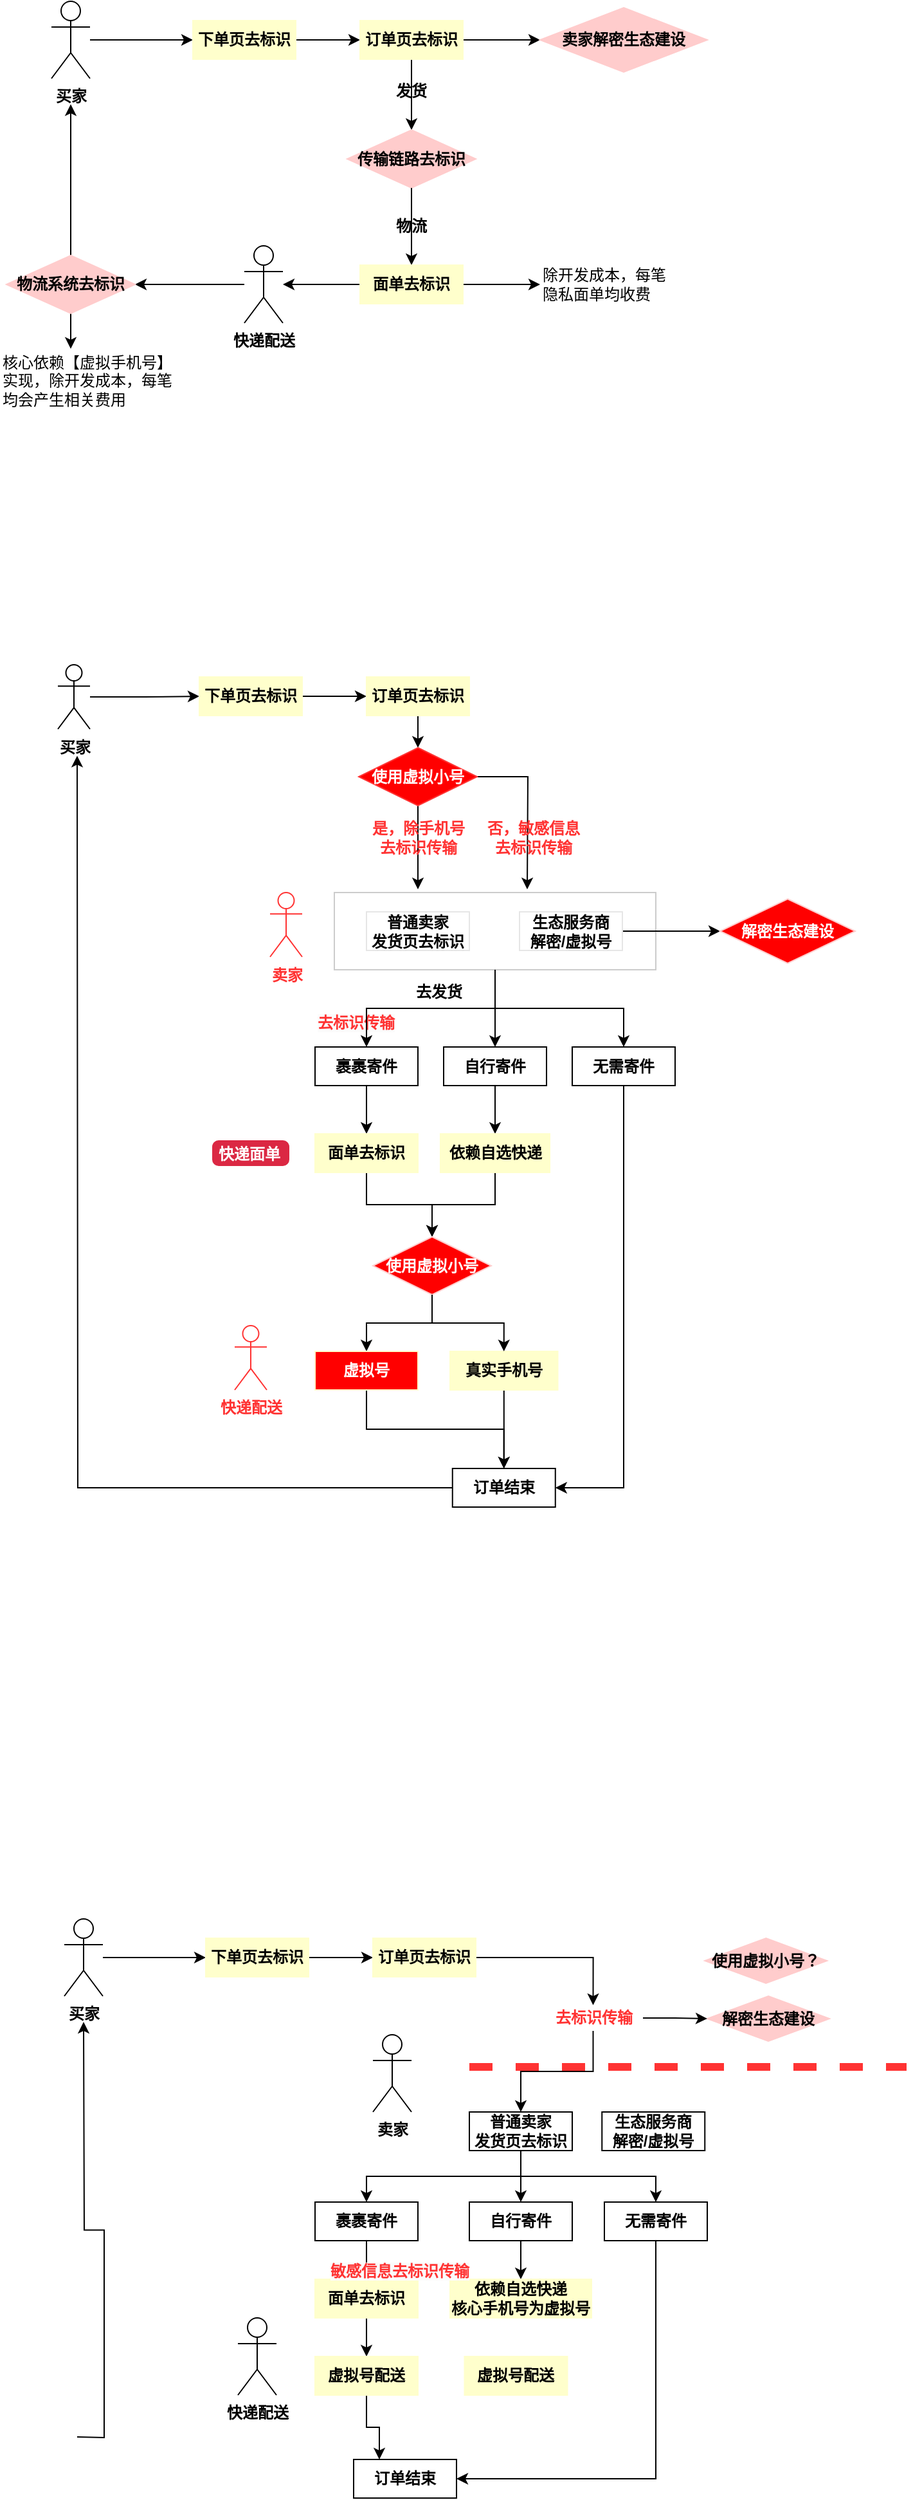
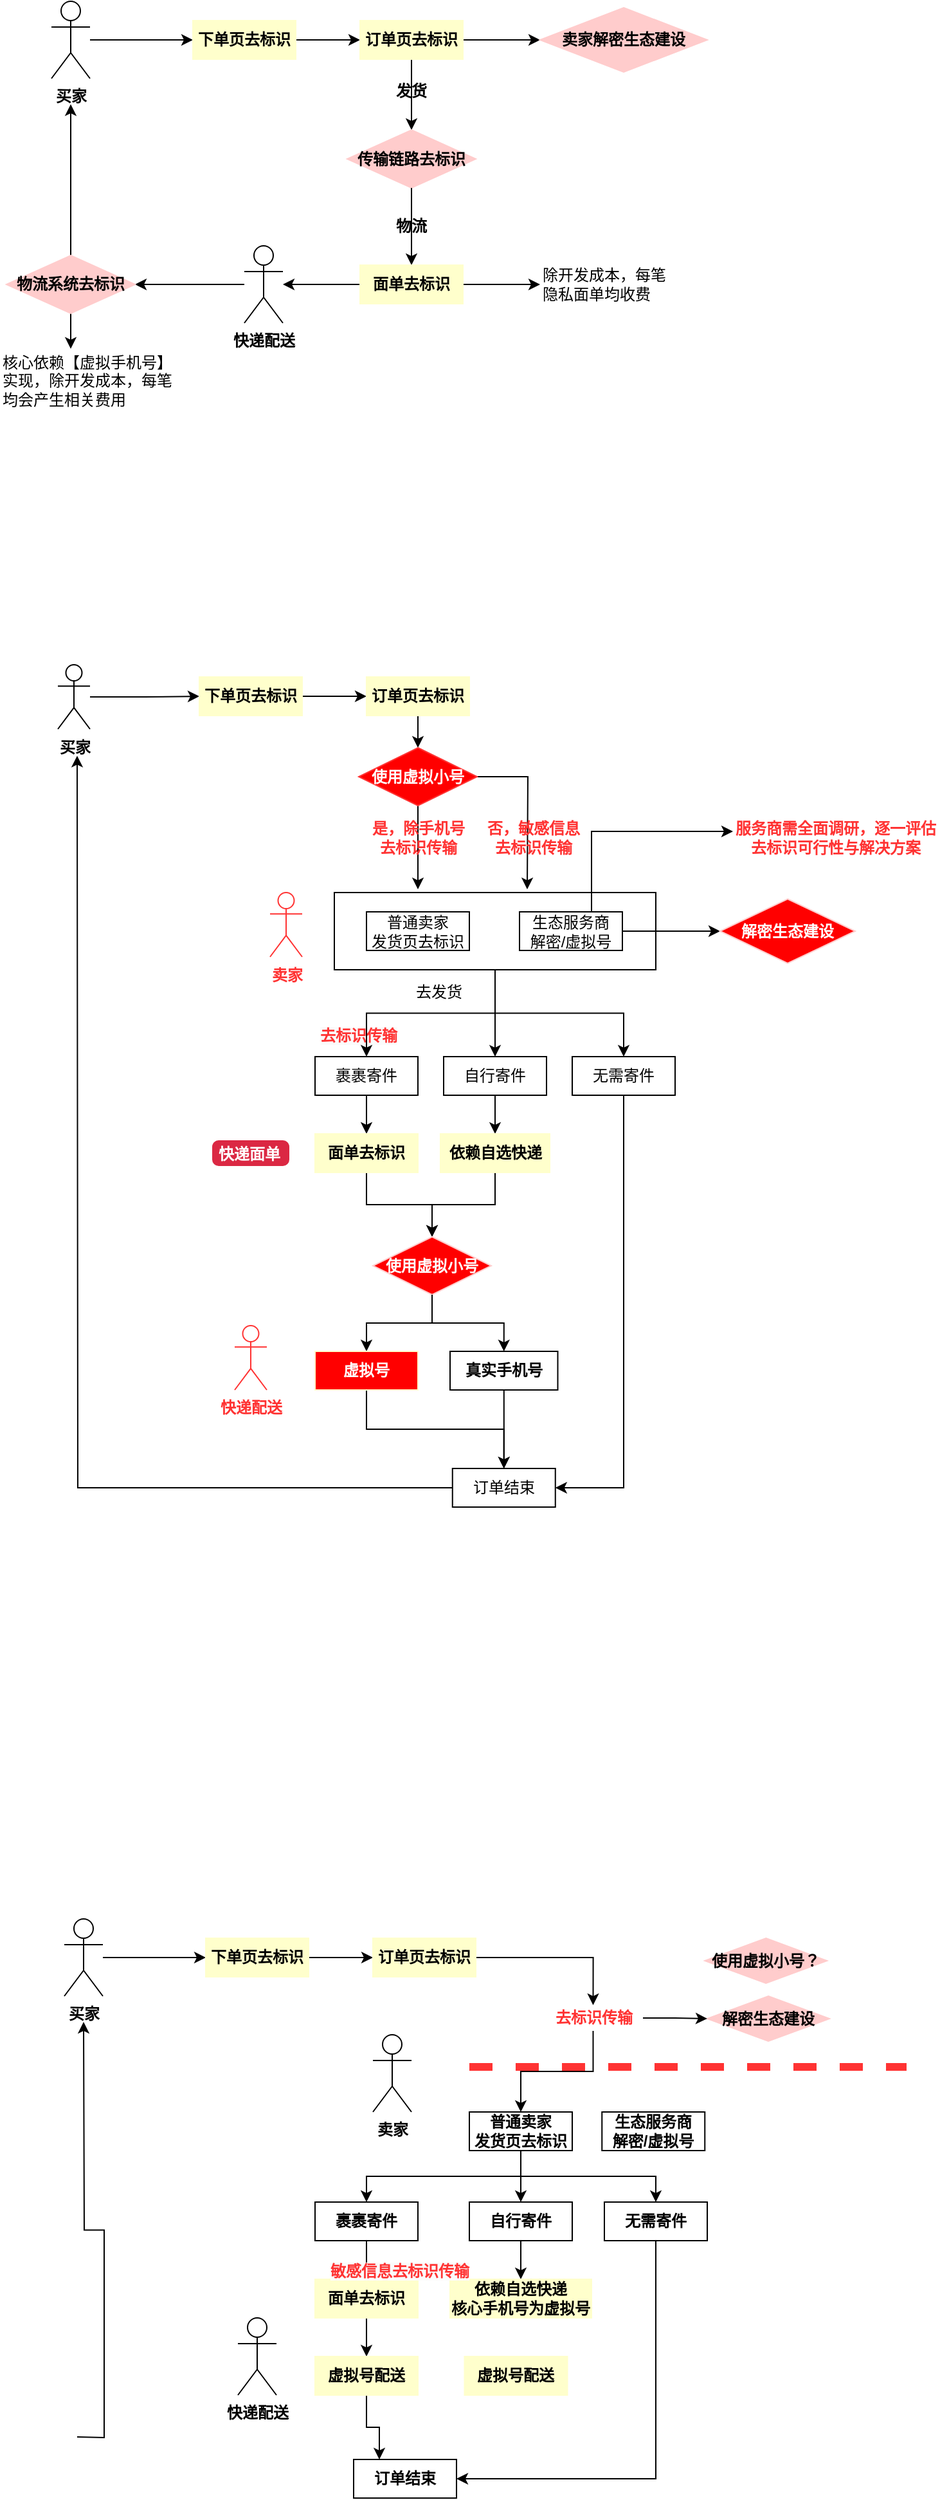
- <mxfile host="app.diagrams.net" modified="2023-04-21T10:15:27.043Z" agent="Mozilla/5.0 (Windows NT 10.0; Win64; x64) AppleWebKit/537.36 (KHTML, like Gecko) Chrome/111.0.0.0 Safari/537.36" etag="ewW8HpdH4KiQk_J7aAaC" version="21.1.9" type="github">
+ <mxfile host="app.diagrams.net" modified="2023-04-21T11:15:40.461Z" agent="Mozilla/5.0 (Windows NT 10.0; Win64; x64) AppleWebKit/537.36 (KHTML, like Gecko) Chrome/111.0.0.0 Safari/537.36" etag="QFnE9M7NH_zGZadv02hb" version="21.1.9" type="github">
  <diagram name="第 1 页" id="aanUVPx4WIzEpLqVYhF_">
    <mxGraphModel dx="1591" dy="689" grid="1" gridSize="10" guides="1" tooltips="1" connect="1" arrows="1" fold="1" page="1" pageScale="1" pageWidth="827" pageHeight="1169" math="0" shadow="0">
      <root>
        <mxCell id="0" />
        <mxCell id="1" parent="0" />
-         <mxCell id="WPPz5tLrH9mSIzY0fz3E-235" value="" style="rounded=0;whiteSpace=wrap;html=1;strokeColor=#CCCCCC;" vertex="1" parent="1">
+         <mxCell id="WPPz5tLrH9mSIzY0fz3E-235" value="" style="rounded=0;whiteSpace=wrap;html=1;strokeColor=#000000;" vertex="1" parent="1">
          <mxGeometry x="270" y="782.5" width="250" height="60" as="geometry" />
        </mxCell>
        <mxCell id="98otKMDiTqC_xNDXeA3z-3" style="edgeStyle=orthogonalEdgeStyle;rounded=0;orthogonalLoop=1;jettySize=auto;html=1;entryX=0;entryY=0.5;entryDx=0;entryDy=0;fontStyle=1" parent="1" source="98otKMDiTqC_xNDXeA3z-1" target="98otKMDiTqC_xNDXeA3z-2" edge="1">
          <mxGeometry relative="1" as="geometry" />
        </mxCell>
        <mxCell id="98otKMDiTqC_xNDXeA3z-1" value="买家" style="shape=umlActor;verticalLabelPosition=bottom;verticalAlign=top;html=1;outlineConnect=0;fontStyle=1" parent="1" vertex="1">
          <mxGeometry x="50" y="90" width="30" height="60" as="geometry" />
        </mxCell>
        <mxCell id="98otKMDiTqC_xNDXeA3z-6" style="edgeStyle=orthogonalEdgeStyle;rounded=0;orthogonalLoop=1;jettySize=auto;html=1;fontStyle=1" parent="1" source="98otKMDiTqC_xNDXeA3z-2" target="98otKMDiTqC_xNDXeA3z-5" edge="1">
          <mxGeometry relative="1" as="geometry" />
        </mxCell>
        <mxCell id="98otKMDiTqC_xNDXeA3z-2" value="下单页去标识" style="rounded=0;whiteSpace=wrap;html=1;fillColor=#FFFFCC;strokeColor=#FFFFCC;fontStyle=1" parent="1" vertex="1">
          <mxGeometry x="160" y="105" width="80" height="30" as="geometry" />
        </mxCell>
        <mxCell id="98otKMDiTqC_xNDXeA3z-17" value="" style="edgeStyle=orthogonalEdgeStyle;rounded=0;orthogonalLoop=1;jettySize=auto;html=1;fontStyle=1" parent="1" source="98otKMDiTqC_xNDXeA3z-5" target="98otKMDiTqC_xNDXeA3z-16" edge="1">
          <mxGeometry relative="1" as="geometry" />
        </mxCell>
        <mxCell id="98otKMDiTqC_xNDXeA3z-46" style="edgeStyle=orthogonalEdgeStyle;rounded=0;orthogonalLoop=1;jettySize=auto;html=1;entryX=0.5;entryY=0;entryDx=0;entryDy=0;exitX=0.5;exitY=1;exitDx=0;exitDy=0;fontStyle=1" parent="1" source="98otKMDiTqC_xNDXeA3z-5" target="98otKMDiTqC_xNDXeA3z-19" edge="1">
          <mxGeometry relative="1" as="geometry">
            <mxPoint x="370" y="140" as="sourcePoint" />
          </mxGeometry>
        </mxCell>
        <mxCell id="98otKMDiTqC_xNDXeA3z-5" value="订单页去标识" style="rounded=0;whiteSpace=wrap;html=1;fillColor=#FFFFCC;strokeColor=#FFFFCC;fontStyle=1" parent="1" vertex="1">
          <mxGeometry x="290" y="105" width="80" height="30" as="geometry" />
        </mxCell>
        <mxCell id="98otKMDiTqC_xNDXeA3z-16" value="卖家解密生态建设" style="rhombus;whiteSpace=wrap;html=1;rounded=0;strokeColor=#FFCCCC;fillColor=#FFCCCC;fontStyle=1" parent="1" vertex="1">
          <mxGeometry x="430" y="95" width="130" height="50" as="geometry" />
        </mxCell>
        <mxCell id="98otKMDiTqC_xNDXeA3z-19" value="传输链路去标识" style="rhombus;whiteSpace=wrap;html=1;rounded=0;strokeColor=#FFCCCC;fillColor=#FFCCCC;fontStyle=1" parent="1" vertex="1">
          <mxGeometry x="280" y="190" width="100" height="45" as="geometry" />
        </mxCell>
        <mxCell id="98otKMDiTqC_xNDXeA3z-28" style="edgeStyle=orthogonalEdgeStyle;rounded=0;orthogonalLoop=1;jettySize=auto;html=1;entryX=0.5;entryY=0;entryDx=0;entryDy=0;exitX=0.5;exitY=1;exitDx=0;exitDy=0;fontStyle=1" parent="1" source="98otKMDiTqC_xNDXeA3z-19" target="98otKMDiTqC_xNDXeA3z-27" edge="1">
          <mxGeometry relative="1" as="geometry">
            <mxPoint x="330" y="350" as="sourcePoint" />
          </mxGeometry>
        </mxCell>
        <mxCell id="98otKMDiTqC_xNDXeA3z-38" style="edgeStyle=orthogonalEdgeStyle;rounded=0;orthogonalLoop=1;jettySize=auto;html=1;fontStyle=1" parent="1" source="98otKMDiTqC_xNDXeA3z-27" target="98otKMDiTqC_xNDXeA3z-32" edge="1">
          <mxGeometry relative="1" as="geometry" />
        </mxCell>
        <mxCell id="98otKMDiTqC_xNDXeA3z-50" style="edgeStyle=orthogonalEdgeStyle;rounded=0;orthogonalLoop=1;jettySize=auto;html=1;entryX=0;entryY=0.5;entryDx=0;entryDy=0;fontStyle=1" parent="1" source="98otKMDiTqC_xNDXeA3z-27" target="98otKMDiTqC_xNDXeA3z-49" edge="1">
          <mxGeometry relative="1" as="geometry" />
        </mxCell>
        <mxCell id="98otKMDiTqC_xNDXeA3z-27" value="面单去标识" style="rounded=0;whiteSpace=wrap;html=1;fillColor=#FFFFCC;strokeColor=#FFFFCC;fontStyle=1" parent="1" vertex="1">
          <mxGeometry x="290" y="295" width="80" height="30" as="geometry" />
        </mxCell>
        <mxCell id="98otKMDiTqC_xNDXeA3z-41" style="edgeStyle=orthogonalEdgeStyle;rounded=0;orthogonalLoop=1;jettySize=auto;html=1;entryX=1;entryY=0.5;entryDx=0;entryDy=0;fontStyle=1" parent="1" source="98otKMDiTqC_xNDXeA3z-32" target="98otKMDiTqC_xNDXeA3z-39" edge="1">
          <mxGeometry relative="1" as="geometry" />
        </mxCell>
        <mxCell id="98otKMDiTqC_xNDXeA3z-32" value="快递配送" style="shape=umlActor;verticalLabelPosition=bottom;verticalAlign=top;html=1;outlineConnect=0;fontStyle=1" parent="1" vertex="1">
          <mxGeometry x="200" y="280" width="30" height="60" as="geometry" />
        </mxCell>
        <mxCell id="98otKMDiTqC_xNDXeA3z-42" style="edgeStyle=orthogonalEdgeStyle;rounded=0;orthogonalLoop=1;jettySize=auto;html=1;fontStyle=1" parent="1" source="98otKMDiTqC_xNDXeA3z-39" edge="1">
          <mxGeometry relative="1" as="geometry">
            <mxPoint x="65" y="170" as="targetPoint" />
          </mxGeometry>
        </mxCell>
        <mxCell id="98otKMDiTqC_xNDXeA3z-52" style="edgeStyle=orthogonalEdgeStyle;rounded=0;orthogonalLoop=1;jettySize=auto;html=1;exitX=0.5;exitY=1;exitDx=0;exitDy=0;fontStyle=1" parent="1" source="98otKMDiTqC_xNDXeA3z-39" edge="1">
          <mxGeometry relative="1" as="geometry">
            <mxPoint x="65" y="360" as="targetPoint" />
          </mxGeometry>
        </mxCell>
        <mxCell id="98otKMDiTqC_xNDXeA3z-39" value="&lt;div class=&quot;lake-content&quot;&gt;物流系统去标识&lt;/div&gt;" style="rhombus;whiteSpace=wrap;html=1;rounded=0;strokeColor=#FFCCCC;fillColor=#FFCCCC;fontStyle=1" parent="1" vertex="1">
          <mxGeometry x="15" y="287.5" width="100" height="45" as="geometry" />
        </mxCell>
        <mxCell id="98otKMDiTqC_xNDXeA3z-44" value="物流" style="text;html=1;strokeColor=none;fillColor=none;align=center;verticalAlign=middle;whiteSpace=wrap;rounded=0;fontStyle=1" parent="1" vertex="1">
          <mxGeometry x="300" y="250" width="60" height="30" as="geometry" />
        </mxCell>
        <mxCell id="98otKMDiTqC_xNDXeA3z-43" value="发货" style="text;html=1;strokeColor=none;fillColor=none;align=center;verticalAlign=middle;whiteSpace=wrap;rounded=0;fontStyle=1" parent="1" vertex="1">
          <mxGeometry x="300" y="145" width="60" height="30" as="geometry" />
        </mxCell>
        <mxCell id="98otKMDiTqC_xNDXeA3z-49" value="除开发成本，每笔隐私面单均收费" style="text;html=1;strokeColor=none;fillColor=none;align=left;verticalAlign=middle;whiteSpace=wrap;rounded=0;fontStyle=0" parent="1" vertex="1">
          <mxGeometry x="430" y="295" width="106" height="30" as="geometry" />
        </mxCell>
        <mxCell id="WPPz5tLrH9mSIzY0fz3E-1" style="edgeStyle=orthogonalEdgeStyle;rounded=0;orthogonalLoop=1;jettySize=auto;html=1;entryX=0;entryY=0.5;entryDx=0;entryDy=0;fontStyle=1" edge="1" parent="1" source="WPPz5tLrH9mSIzY0fz3E-2" target="WPPz5tLrH9mSIzY0fz3E-4">
          <mxGeometry relative="1" as="geometry" />
        </mxCell>
        <mxCell id="WPPz5tLrH9mSIzY0fz3E-2" value="买家" style="shape=umlActor;verticalLabelPosition=bottom;verticalAlign=top;html=1;outlineConnect=0;fontStyle=1" vertex="1" parent="1">
          <mxGeometry x="55" y="605.5" width="25" height="50" as="geometry" />
        </mxCell>
        <mxCell id="WPPz5tLrH9mSIzY0fz3E-3" style="edgeStyle=orthogonalEdgeStyle;rounded=0;orthogonalLoop=1;jettySize=auto;html=1;fontStyle=1" edge="1" parent="1" source="WPPz5tLrH9mSIzY0fz3E-4" target="WPPz5tLrH9mSIzY0fz3E-7">
          <mxGeometry relative="1" as="geometry" />
        </mxCell>
        <mxCell id="WPPz5tLrH9mSIzY0fz3E-4" value="下单页去标识" style="rounded=0;whiteSpace=wrap;html=1;fillColor=#FFFFCC;strokeColor=#FFFFCC;fontStyle=1" vertex="1" parent="1">
          <mxGeometry x="165" y="615" width="80" height="30" as="geometry" />
        </mxCell>
        <mxCell id="WPPz5tLrH9mSIzY0fz3E-227" style="edgeStyle=orthogonalEdgeStyle;rounded=0;orthogonalLoop=1;jettySize=auto;html=1;exitX=0.5;exitY=1;exitDx=0;exitDy=0;entryX=0.5;entryY=0;entryDx=0;entryDy=0;" edge="1" parent="1" source="WPPz5tLrH9mSIzY0fz3E-7" target="WPPz5tLrH9mSIzY0fz3E-226">
          <mxGeometry relative="1" as="geometry" />
        </mxCell>
        <mxCell id="WPPz5tLrH9mSIzY0fz3E-7" value="订单页去标识" style="rounded=0;whiteSpace=wrap;html=1;fillColor=#FFFFCC;strokeColor=#FFFFCC;fontStyle=1" vertex="1" parent="1">
          <mxGeometry x="295" y="615" width="80" height="30" as="geometry" />
        </mxCell>
        <mxCell id="WPPz5tLrH9mSIzY0fz3E-89" value="&lt;font color=&quot;#ff3333&quot;&gt;卖家&lt;/font&gt;" style="shape=umlActor;verticalLabelPosition=bottom;verticalAlign=top;html=1;outlineConnect=0;fontStyle=1;strokeColor=#FF3333;" vertex="1" parent="1">
          <mxGeometry x="220" y="782.5" width="25" height="50" as="geometry" />
        </mxCell>
        <mxCell id="WPPz5tLrH9mSIzY0fz3E-141" style="edgeStyle=orthogonalEdgeStyle;rounded=0;orthogonalLoop=1;jettySize=auto;html=1;exitX=0.5;exitY=1;exitDx=0;exitDy=0;entryX=0.5;entryY=0;entryDx=0;entryDy=0;" edge="1" parent="1" source="WPPz5tLrH9mSIzY0fz3E-257" target="WPPz5tLrH9mSIzY0fz3E-261">
          <mxGeometry relative="1" as="geometry">
            <mxPoint x="300" y="1050" as="sourcePoint" />
            <mxPoint x="300" y="1080" as="targetPoint" />
          </mxGeometry>
        </mxCell>
        <mxCell id="WPPz5tLrH9mSIzY0fz3E-286" style="edgeStyle=orthogonalEdgeStyle;rounded=0;orthogonalLoop=1;jettySize=auto;html=1;" edge="1" parent="1" source="WPPz5tLrH9mSIzY0fz3E-128">
          <mxGeometry relative="1" as="geometry">
            <mxPoint x="70" y="676.1904761904761" as="targetPoint" />
          </mxGeometry>
        </mxCell>
-         <mxCell id="WPPz5tLrH9mSIzY0fz3E-128" value="订单结束" style="rounded=0;whiteSpace=wrap;html=1;fillColor=none;strokeColor=#000000;fontStyle=1" vertex="1" parent="1">
+         <mxCell id="WPPz5tLrH9mSIzY0fz3E-128" value="订单结束" style="rounded=0;whiteSpace=wrap;html=1;fillColor=none;strokeColor=#000000;fontStyle=0" vertex="1" parent="1">
          <mxGeometry x="361.88" y="1230" width="80" height="30" as="geometry" />
        </mxCell>
        <mxCell id="WPPz5tLrH9mSIzY0fz3E-142" style="edgeStyle=orthogonalEdgeStyle;rounded=0;orthogonalLoop=1;jettySize=auto;html=1;exitX=0.5;exitY=1;exitDx=0;exitDy=0;entryX=0.5;entryY=0;entryDx=0;entryDy=0;" edge="1" parent="1" source="WPPz5tLrH9mSIzY0fz3E-261" target="WPPz5tLrH9mSIzY0fz3E-136">
          <mxGeometry relative="1" as="geometry">
            <mxPoint x="300" y="1110" as="sourcePoint" />
          </mxGeometry>
        </mxCell>
        <mxCell id="WPPz5tLrH9mSIzY0fz3E-283" style="edgeStyle=orthogonalEdgeStyle;rounded=0;orthogonalLoop=1;jettySize=auto;html=1;exitX=0.5;exitY=1;exitDx=0;exitDy=0;entryX=0.5;entryY=0;entryDx=0;entryDy=0;" edge="1" parent="1" source="WPPz5tLrH9mSIzY0fz3E-136" target="WPPz5tLrH9mSIzY0fz3E-128">
          <mxGeometry relative="1" as="geometry" />
        </mxCell>
        <mxCell id="WPPz5tLrH9mSIzY0fz3E-136" value="&lt;font color=&quot;#ffffff&quot;&gt;虚拟号&lt;/font&gt;" style="rounded=0;whiteSpace=wrap;html=1;fillColor=#FF0000;strokeColor=#FFFFCC;fontStyle=1" vertex="1" parent="1">
          <mxGeometry x="255" y="1139" width="80" height="30" as="geometry" />
        </mxCell>
        <mxCell id="WPPz5tLrH9mSIzY0fz3E-284" style="edgeStyle=orthogonalEdgeStyle;rounded=0;orthogonalLoop=1;jettySize=auto;html=1;" edge="1" parent="1" source="WPPz5tLrH9mSIzY0fz3E-139">
          <mxGeometry relative="1" as="geometry">
            <mxPoint x="401.875" y="1230" as="targetPoint" />
          </mxGeometry>
        </mxCell>
-         <mxCell id="WPPz5tLrH9mSIzY0fz3E-139" value="真实手机号" style="rounded=0;whiteSpace=wrap;html=1;fillColor=#FFFFCC;strokeColor=#FFFFCC;fontStyle=1" vertex="1" parent="1">
+         <mxCell id="WPPz5tLrH9mSIzY0fz3E-139" value="真实手机号" style="rounded=0;whiteSpace=wrap;html=1;fillColor=none;strokeColor=#000000;fontStyle=1" vertex="1" parent="1">
          <mxGeometry x="360" y="1139" width="83.75" height="30" as="geometry" />
        </mxCell>
        <mxCell id="WPPz5tLrH9mSIzY0fz3E-143" value="&lt;span style=&quot;color: rgb(255, 51, 51); font-family: Helvetica; font-size: 12px; font-style: normal; font-variant-ligatures: normal; font-variant-caps: normal; font-weight: 700; letter-spacing: normal; orphans: 2; text-align: center; text-indent: 0px; text-transform: none; widows: 2; word-spacing: 0px; -webkit-text-stroke-width: 0px; background-color: rgb(251, 251, 251); text-decoration-thickness: initial; text-decoration-style: initial; text-decoration-color: initial; float: none; display: inline !important;&quot;&gt;去标识传输&lt;/span&gt;" style="text;whiteSpace=wrap;html=1;" vertex="1" parent="1">
-           <mxGeometry x="255" y="870" width="110" height="20" as="geometry" />
+           <mxGeometry x="257" y="880" width="110" height="20" as="geometry" />
        </mxCell>
        <mxCell id="WPPz5tLrH9mSIzY0fz3E-182" style="edgeStyle=orthogonalEdgeStyle;rounded=0;orthogonalLoop=1;jettySize=auto;html=1;entryX=0;entryY=0.5;entryDx=0;entryDy=0;fontStyle=1" edge="1" parent="1" source="WPPz5tLrH9mSIzY0fz3E-183" target="WPPz5tLrH9mSIzY0fz3E-185">
          <mxGeometry relative="1" as="geometry" />
        </mxCell>
        <mxCell id="WPPz5tLrH9mSIzY0fz3E-183" value="买家" style="shape=umlActor;verticalLabelPosition=bottom;verticalAlign=top;html=1;outlineConnect=0;fontStyle=1" vertex="1" parent="1">
          <mxGeometry x="60" y="1580" width="30" height="60" as="geometry" />
        </mxCell>
        <mxCell id="WPPz5tLrH9mSIzY0fz3E-184" style="edgeStyle=orthogonalEdgeStyle;rounded=0;orthogonalLoop=1;jettySize=auto;html=1;fontStyle=1" edge="1" parent="1" source="WPPz5tLrH9mSIzY0fz3E-185" target="WPPz5tLrH9mSIzY0fz3E-187">
          <mxGeometry relative="1" as="geometry" />
        </mxCell>
        <mxCell id="WPPz5tLrH9mSIzY0fz3E-185" value="下单页去标识" style="rounded=0;whiteSpace=wrap;html=1;fillColor=#FFFFCC;strokeColor=#FFFFCC;fontStyle=1" vertex="1" parent="1">
          <mxGeometry x="170" y="1595" width="80" height="30" as="geometry" />
        </mxCell>
        <mxCell id="WPPz5tLrH9mSIzY0fz3E-186" style="edgeStyle=orthogonalEdgeStyle;rounded=0;orthogonalLoop=1;jettySize=auto;html=1;entryX=0.5;entryY=0;entryDx=0;entryDy=0;" edge="1" parent="1" source="WPPz5tLrH9mSIzY0fz3E-187" target="WPPz5tLrH9mSIzY0fz3E-198">
          <mxGeometry relative="1" as="geometry">
            <mxPoint x="470" y="1590" as="targetPoint" />
          </mxGeometry>
        </mxCell>
        <mxCell id="WPPz5tLrH9mSIzY0fz3E-187" value="订单页去标识" style="rounded=0;whiteSpace=wrap;html=1;fillColor=#FFFFCC;strokeColor=#FFFFCC;fontStyle=1" vertex="1" parent="1">
          <mxGeometry x="300" y="1595" width="80" height="30" as="geometry" />
        </mxCell>
        <mxCell id="WPPz5tLrH9mSIzY0fz3E-188" style="edgeStyle=orthogonalEdgeStyle;rounded=0;orthogonalLoop=1;jettySize=auto;html=1;fontStyle=1" edge="1" parent="1">
          <mxGeometry relative="1" as="geometry">
            <mxPoint x="75" y="1660" as="targetPoint" />
            <mxPoint x="70" y="1982.5" as="sourcePoint" />
          </mxGeometry>
        </mxCell>
        <mxCell id="WPPz5tLrH9mSIzY0fz3E-189" value="解密生态建设" style="rhombus;whiteSpace=wrap;html=1;rounded=0;strokeColor=#FFCCCC;fillColor=#FFCCCC;fontStyle=1" vertex="1" parent="1">
          <mxGeometry x="560" y="1640" width="95" height="35" as="geometry" />
        </mxCell>
        <mxCell id="WPPz5tLrH9mSIzY0fz3E-190" value="" style="endArrow=none;dashed=1;html=1;rounded=0;strokeColor=#FF3333;shadow=0;fillColor=#FF3333;strokeWidth=6;" edge="1" parent="1">
          <mxGeometry width="50" height="50" relative="1" as="geometry">
            <mxPoint x="375" y="1695" as="sourcePoint" />
            <mxPoint x="715" y="1695" as="targetPoint" />
          </mxGeometry>
        </mxCell>
        <mxCell id="WPPz5tLrH9mSIzY0fz3E-191" value="卖家" style="shape=umlActor;verticalLabelPosition=bottom;verticalAlign=top;html=1;outlineConnect=0;fontStyle=1" vertex="1" parent="1">
          <mxGeometry x="300" y="1670" width="30" height="60" as="geometry" />
        </mxCell>
        <mxCell id="WPPz5tLrH9mSIzY0fz3E-192" value="生态服务商&lt;br&gt;解密/虚拟号" style="rounded=0;whiteSpace=wrap;html=1;fillColor=none;strokeColor=#000000;fontStyle=1" vertex="1" parent="1">
          <mxGeometry x="478.13" y="1730" width="80" height="30" as="geometry" />
        </mxCell>
        <mxCell id="WPPz5tLrH9mSIzY0fz3E-197" style="edgeStyle=orthogonalEdgeStyle;rounded=0;orthogonalLoop=1;jettySize=auto;html=1;entryX=0.5;entryY=0;entryDx=0;entryDy=0;" edge="1" parent="1" source="WPPz5tLrH9mSIzY0fz3E-198" target="WPPz5tLrH9mSIzY0fz3E-204">
          <mxGeometry relative="1" as="geometry" />
        </mxCell>
        <mxCell id="WPPz5tLrH9mSIzY0fz3E-220" style="edgeStyle=orthogonalEdgeStyle;rounded=0;orthogonalLoop=1;jettySize=auto;html=1;entryX=0;entryY=0.5;entryDx=0;entryDy=0;" edge="1" parent="1" source="WPPz5tLrH9mSIzY0fz3E-198" target="WPPz5tLrH9mSIzY0fz3E-189">
          <mxGeometry relative="1" as="geometry" />
        </mxCell>
        <mxCell id="WPPz5tLrH9mSIzY0fz3E-198" value="&lt;font color=&quot;#ff3333&quot;&gt;去标识传输&lt;/font&gt;" style="text;html=1;strokeColor=none;fillColor=none;align=center;verticalAlign=middle;whiteSpace=wrap;rounded=0;fontStyle=1" vertex="1" parent="1">
          <mxGeometry x="432.5" y="1647" width="77.5" height="20" as="geometry" />
        </mxCell>
        <mxCell id="WPPz5tLrH9mSIzY0fz3E-201" style="edgeStyle=orthogonalEdgeStyle;rounded=0;orthogonalLoop=1;jettySize=auto;html=1;exitX=0.5;exitY=1;exitDx=0;exitDy=0;entryX=0.5;entryY=0;entryDx=0;entryDy=0;" edge="1" parent="1" source="WPPz5tLrH9mSIzY0fz3E-204" target="WPPz5tLrH9mSIzY0fz3E-206">
          <mxGeometry relative="1" as="geometry">
            <mxPoint x="355" y="1800" as="targetPoint" />
          </mxGeometry>
        </mxCell>
        <mxCell id="WPPz5tLrH9mSIzY0fz3E-202" style="edgeStyle=orthogonalEdgeStyle;rounded=0;orthogonalLoop=1;jettySize=auto;html=1;exitX=0.5;exitY=1;exitDx=0;exitDy=0;" edge="1" parent="1" source="WPPz5tLrH9mSIzY0fz3E-204" target="WPPz5tLrH9mSIzY0fz3E-208">
          <mxGeometry relative="1" as="geometry" />
        </mxCell>
        <mxCell id="WPPz5tLrH9mSIzY0fz3E-203" style="edgeStyle=orthogonalEdgeStyle;rounded=0;orthogonalLoop=1;jettySize=auto;html=1;exitX=0.5;exitY=1;exitDx=0;exitDy=0;entryX=0.5;entryY=0;entryDx=0;entryDy=0;" edge="1" parent="1" source="WPPz5tLrH9mSIzY0fz3E-204" target="WPPz5tLrH9mSIzY0fz3E-210">
          <mxGeometry relative="1" as="geometry" />
        </mxCell>
        <mxCell id="WPPz5tLrH9mSIzY0fz3E-204" value="普通卖家&lt;br&gt;发货页去标识" style="rounded=0;whiteSpace=wrap;html=1;fillColor=none;strokeColor=#000000;fontStyle=1" vertex="1" parent="1">
          <mxGeometry x="375" y="1730" width="80" height="30" as="geometry" />
        </mxCell>
        <mxCell id="WPPz5tLrH9mSIzY0fz3E-205" style="edgeStyle=orthogonalEdgeStyle;rounded=0;orthogonalLoop=1;jettySize=auto;html=1;exitX=0.5;exitY=1;exitDx=0;exitDy=0;entryX=0.5;entryY=0;entryDx=0;entryDy=0;" edge="1" parent="1" source="WPPz5tLrH9mSIzY0fz3E-206" target="WPPz5tLrH9mSIzY0fz3E-213">
          <mxGeometry relative="1" as="geometry" />
        </mxCell>
        <mxCell id="WPPz5tLrH9mSIzY0fz3E-206" value="裹裹寄件" style="rounded=0;whiteSpace=wrap;html=1;fillColor=none;strokeColor=#000000;fontStyle=1" vertex="1" parent="1">
          <mxGeometry x="255" y="1800" width="80" height="30" as="geometry" />
        </mxCell>
        <mxCell id="WPPz5tLrH9mSIzY0fz3E-207" style="edgeStyle=orthogonalEdgeStyle;rounded=0;orthogonalLoop=1;jettySize=auto;html=1;exitX=0.5;exitY=1;exitDx=0;exitDy=0;entryX=0.5;entryY=0;entryDx=0;entryDy=0;" edge="1" parent="1" source="WPPz5tLrH9mSIzY0fz3E-208" target="WPPz5tLrH9mSIzY0fz3E-217">
          <mxGeometry relative="1" as="geometry" />
        </mxCell>
        <mxCell id="WPPz5tLrH9mSIzY0fz3E-208" value="自行寄件" style="rounded=0;whiteSpace=wrap;html=1;fillColor=none;strokeColor=#000000;fontStyle=1" vertex="1" parent="1">
          <mxGeometry x="375" y="1800" width="80" height="30" as="geometry" />
        </mxCell>
        <mxCell id="WPPz5tLrH9mSIzY0fz3E-209" style="edgeStyle=orthogonalEdgeStyle;rounded=0;orthogonalLoop=1;jettySize=auto;html=1;entryX=1;entryY=0.5;entryDx=0;entryDy=0;exitX=0.5;exitY=1;exitDx=0;exitDy=0;" edge="1" parent="1" source="WPPz5tLrH9mSIzY0fz3E-210" target="WPPz5tLrH9mSIzY0fz3E-211">
          <mxGeometry relative="1" as="geometry">
            <mxPoint x="520" y="1990" as="targetPoint" />
          </mxGeometry>
        </mxCell>
        <mxCell id="WPPz5tLrH9mSIzY0fz3E-210" value="无需寄件" style="rounded=0;whiteSpace=wrap;html=1;fillColor=none;strokeColor=#000000;fontStyle=1" vertex="1" parent="1">
          <mxGeometry x="480" y="1800" width="80" height="30" as="geometry" />
        </mxCell>
        <mxCell id="WPPz5tLrH9mSIzY0fz3E-211" value="订单结束" style="rounded=0;whiteSpace=wrap;html=1;fillColor=none;strokeColor=#000000;fontStyle=1" vertex="1" parent="1">
          <mxGeometry x="285" y="2000" width="80" height="30" as="geometry" />
        </mxCell>
        <mxCell id="WPPz5tLrH9mSIzY0fz3E-212" style="edgeStyle=orthogonalEdgeStyle;rounded=0;orthogonalLoop=1;jettySize=auto;html=1;exitX=0.5;exitY=1;exitDx=0;exitDy=0;entryX=0.5;entryY=0;entryDx=0;entryDy=0;" edge="1" parent="1" source="WPPz5tLrH9mSIzY0fz3E-213" target="WPPz5tLrH9mSIzY0fz3E-216">
          <mxGeometry relative="1" as="geometry" />
        </mxCell>
        <mxCell id="WPPz5tLrH9mSIzY0fz3E-213" value="面单去标识" style="rounded=0;whiteSpace=wrap;html=1;fillColor=#FFFFCC;strokeColor=#FFFFCC;fontStyle=1" vertex="1" parent="1">
          <mxGeometry x="255" y="1860" width="80" height="30" as="geometry" />
        </mxCell>
        <mxCell id="WPPz5tLrH9mSIzY0fz3E-214" value="快递配送" style="shape=umlActor;verticalLabelPosition=bottom;verticalAlign=top;html=1;outlineConnect=0;fontStyle=1" vertex="1" parent="1">
          <mxGeometry x="195" y="1890" width="30" height="60" as="geometry" />
        </mxCell>
        <mxCell id="WPPz5tLrH9mSIzY0fz3E-215" style="edgeStyle=orthogonalEdgeStyle;rounded=0;orthogonalLoop=1;jettySize=auto;html=1;exitX=0.5;exitY=1;exitDx=0;exitDy=0;entryX=0.25;entryY=0;entryDx=0;entryDy=0;" edge="1" parent="1" source="WPPz5tLrH9mSIzY0fz3E-216" target="WPPz5tLrH9mSIzY0fz3E-211">
          <mxGeometry relative="1" as="geometry" />
        </mxCell>
        <mxCell id="WPPz5tLrH9mSIzY0fz3E-216" value="虚拟号配送" style="rounded=0;whiteSpace=wrap;html=1;fillColor=#FFFFCC;strokeColor=#FFFFCC;fontStyle=1" vertex="1" parent="1">
          <mxGeometry x="255" y="1920" width="80" height="30" as="geometry" />
        </mxCell>
        <mxCell id="WPPz5tLrH9mSIzY0fz3E-217" value="依赖自选快递&lt;br&gt;核心手机号为虚拟号" style="rounded=0;whiteSpace=wrap;html=1;fillColor=#FFFFCC;strokeColor=#FFFFCC;fontStyle=1" vertex="1" parent="1">
          <mxGeometry x="360" y="1860" width="110" height="30" as="geometry" />
        </mxCell>
        <mxCell id="WPPz5tLrH9mSIzY0fz3E-218" value="虚拟号配送" style="rounded=0;whiteSpace=wrap;html=1;fillColor=#FFFFCC;strokeColor=#FFFFCC;fontStyle=1" vertex="1" parent="1">
          <mxGeometry x="371.25" y="1920" width="80" height="30" as="geometry" />
        </mxCell>
        <mxCell id="WPPz5tLrH9mSIzY0fz3E-219" value="&lt;span style=&quot;color: rgb(255, 51, 51); font-family: Helvetica; font-size: 12px; font-style: normal; font-variant-ligatures: normal; font-variant-caps: normal; font-weight: 700; letter-spacing: normal; orphans: 2; text-align: center; text-indent: 0px; text-transform: none; widows: 2; word-spacing: 0px; -webkit-text-stroke-width: 0px; background-color: rgb(251, 251, 251); text-decoration-thickness: initial; text-decoration-style: initial; text-decoration-color: initial; float: none; display: inline !important;&quot;&gt;敏感信息去标识传输&lt;/span&gt;" style="text;whiteSpace=wrap;html=1;" vertex="1" parent="1">
          <mxGeometry x="265" y="1840" width="140" height="40" as="geometry" />
        </mxCell>
        <mxCell id="WPPz5tLrH9mSIzY0fz3E-222" value="使用虚拟小号？" style="rhombus;whiteSpace=wrap;html=1;rounded=0;strokeColor=#FFCCCC;fillColor=#FFCCCC;fontStyle=1" vertex="1" parent="1">
          <mxGeometry x="558.13" y="1595" width="95" height="35" as="geometry" />
        </mxCell>
        <mxCell id="WPPz5tLrH9mSIzY0fz3E-224" value="&lt;font style=&quot;font-size: 12px;&quot;&gt;快递面单&lt;/font&gt;" style="html=1;shadow=0;dashed=0;shape=mxgraph.bootstrap.rrect;rSize=5;strokeColor=none;strokeWidth=1;fillColor=#DB2843;fontColor=#FFFFFF;whiteSpace=wrap;align=left;verticalAlign=middle;spacingLeft=0;fontStyle=1;fontSize=14;spacing=5;" vertex="1" parent="1">
          <mxGeometry x="175" y="975" width="60" height="20" as="geometry" />
        </mxCell>
        <mxCell id="WPPz5tLrH9mSIzY0fz3E-228" style="edgeStyle=orthogonalEdgeStyle;rounded=0;orthogonalLoop=1;jettySize=auto;html=1;" edge="1" parent="1" source="WPPz5tLrH9mSIzY0fz3E-226">
          <mxGeometry relative="1" as="geometry">
            <mxPoint x="335" y="780" as="targetPoint" />
          </mxGeometry>
        </mxCell>
        <mxCell id="WPPz5tLrH9mSIzY0fz3E-232" style="edgeStyle=orthogonalEdgeStyle;rounded=0;orthogonalLoop=1;jettySize=auto;html=1;" edge="1" parent="1" source="WPPz5tLrH9mSIzY0fz3E-226">
          <mxGeometry relative="1" as="geometry">
            <mxPoint x="420" y="780" as="targetPoint" />
          </mxGeometry>
        </mxCell>
        <mxCell id="WPPz5tLrH9mSIzY0fz3E-226" value="&lt;font color=&quot;#ffffff&quot;&gt;使用虚拟小号&lt;/font&gt;" style="rhombus;whiteSpace=wrap;html=1;rounded=0;strokeColor=#FF3333;fillColor=#FF0000;fontStyle=1" vertex="1" parent="1">
          <mxGeometry x="289" y="670" width="92" height="45" as="geometry" />
        </mxCell>
        <mxCell id="WPPz5tLrH9mSIzY0fz3E-231" value="&lt;font color=&quot;#ff3333&quot;&gt;是，除手机号去标识传输&lt;/font&gt;" style="text;html=1;strokeColor=none;fillColor=none;align=center;verticalAlign=middle;whiteSpace=wrap;rounded=0;fontStyle=1" vertex="1" parent="1">
          <mxGeometry x="293.5" y="730" width="83" height="20" as="geometry" />
        </mxCell>
        <mxCell id="WPPz5tLrH9mSIzY0fz3E-233" value="&lt;font color=&quot;#ff3333&quot;&gt;否，敏感信息去标识传输&lt;/font&gt;" style="text;html=1;strokeColor=none;fillColor=none;align=center;verticalAlign=middle;whiteSpace=wrap;rounded=0;fontStyle=1" vertex="1" parent="1">
          <mxGeometry x="385" y="730" width="80" height="20" as="geometry" />
        </mxCell>
        <mxCell id="WPPz5tLrH9mSIzY0fz3E-249" style="edgeStyle=orthogonalEdgeStyle;rounded=0;orthogonalLoop=1;jettySize=auto;html=1;exitX=0.5;exitY=1;exitDx=0;exitDy=0;entryX=0.5;entryY=0;entryDx=0;entryDy=0;" edge="1" parent="1" source="WPPz5tLrH9mSIzY0fz3E-235" target="WPPz5tLrH9mSIzY0fz3E-247">
          <mxGeometry relative="1" as="geometry" />
        </mxCell>
-         <mxCell id="WPPz5tLrH9mSIzY0fz3E-236" value="普通卖家&lt;br&gt;发货页去标识" style="rounded=0;whiteSpace=wrap;html=1;fillColor=none;strokeColor=#E6E6E6;fontStyle=1" vertex="1" parent="1">
+         <mxCell id="WPPz5tLrH9mSIzY0fz3E-236" value="普通卖家&lt;br&gt;发货页去标识" style="rounded=0;whiteSpace=wrap;html=1;fillColor=none;strokeColor=#000000;fontStyle=0" vertex="1" parent="1">
          <mxGeometry x="295" y="797.5" width="80" height="30" as="geometry" />
        </mxCell>
        <mxCell id="WPPz5tLrH9mSIzY0fz3E-239" style="edgeStyle=orthogonalEdgeStyle;rounded=0;orthogonalLoop=1;jettySize=auto;html=1;entryX=0;entryY=0.5;entryDx=0;entryDy=0;" edge="1" parent="1" source="WPPz5tLrH9mSIzY0fz3E-237" target="WPPz5tLrH9mSIzY0fz3E-238">
          <mxGeometry relative="1" as="geometry" />
        </mxCell>
-         <mxCell id="WPPz5tLrH9mSIzY0fz3E-237" value="生态服务商&lt;br&gt;解密/虚拟号" style="rounded=0;whiteSpace=wrap;html=1;fillColor=none;strokeColor=#E6E6E6;fontStyle=1" vertex="1" parent="1">
+         <mxCell id="WPPz5tLrH9mSIzY0fz3E-288" style="edgeStyle=orthogonalEdgeStyle;rounded=0;orthogonalLoop=1;jettySize=auto;html=1;entryX=0;entryY=0.25;entryDx=0;entryDy=0;exitX=0.5;exitY=0;exitDx=0;exitDy=0;" edge="1" parent="1" source="WPPz5tLrH9mSIzY0fz3E-237" target="WPPz5tLrH9mSIzY0fz3E-287">
+           <mxGeometry relative="1" as="geometry">
+             <Array as="points">
+               <mxPoint x="470" y="797" />
+               <mxPoint x="470" y="735" />
+             </Array>
+           </mxGeometry>
+         </mxCell>
+         <mxCell id="WPPz5tLrH9mSIzY0fz3E-237" value="生态服务商&lt;br&gt;解密/虚拟号" style="rounded=0;whiteSpace=wrap;html=1;fillColor=none;strokeColor=#000000;fontStyle=0" vertex="1" parent="1">
          <mxGeometry x="414" y="797.5" width="80" height="30" as="geometry" />
        </mxCell>
        <mxCell id="WPPz5tLrH9mSIzY0fz3E-238" value="&lt;font color=&quot;#ffffff&quot;&gt;解密生态建设&lt;/font&gt;" style="rhombus;whiteSpace=wrap;html=1;rounded=0;strokeColor=#FFCCCC;fillColor=#FF0000;fontStyle=1" vertex="1" parent="1">
          <mxGeometry x="570" y="787.5" width="105" height="50" as="geometry" />
        </mxCell>
        <mxCell id="WPPz5tLrH9mSIzY0fz3E-259" style="edgeStyle=orthogonalEdgeStyle;rounded=0;orthogonalLoop=1;jettySize=auto;html=1;exitX=0.5;exitY=1;exitDx=0;exitDy=0;entryX=0.5;entryY=0;entryDx=0;entryDy=0;" edge="1" parent="1" source="WPPz5tLrH9mSIzY0fz3E-245" target="WPPz5tLrH9mSIzY0fz3E-257">
          <mxGeometry relative="1" as="geometry" />
        </mxCell>
-         <mxCell id="WPPz5tLrH9mSIzY0fz3E-245" value="裹裹寄件" style="rounded=0;whiteSpace=wrap;html=1;fillColor=none;strokeColor=#000000;fontStyle=1" vertex="1" parent="1">
-           <mxGeometry x="255" y="902.5" width="80" height="30" as="geometry" />
+         <mxCell id="WPPz5tLrH9mSIzY0fz3E-245" value="裹裹寄件" style="rounded=0;whiteSpace=wrap;html=1;fillColor=none;strokeColor=#000000;fontStyle=0" vertex="1" parent="1">
+           <mxGeometry x="255" y="910" width="80" height="30" as="geometry" />
        </mxCell>
        <mxCell id="WPPz5tLrH9mSIzY0fz3E-260" style="edgeStyle=orthogonalEdgeStyle;rounded=0;orthogonalLoop=1;jettySize=auto;html=1;entryX=0.5;entryY=0;entryDx=0;entryDy=0;" edge="1" parent="1" source="WPPz5tLrH9mSIzY0fz3E-246" target="WPPz5tLrH9mSIzY0fz3E-258">
          <mxGeometry relative="1" as="geometry" />
        </mxCell>
-         <mxCell id="WPPz5tLrH9mSIzY0fz3E-246" value="自行寄件" style="rounded=0;whiteSpace=wrap;html=1;fillColor=none;strokeColor=#000000;fontStyle=1" vertex="1" parent="1">
-           <mxGeometry x="355" y="902.5" width="80" height="30" as="geometry" />
+         <mxCell id="WPPz5tLrH9mSIzY0fz3E-246" value="自行寄件" style="rounded=0;whiteSpace=wrap;html=1;fillColor=none;strokeColor=#000000;fontStyle=0" vertex="1" parent="1">
+           <mxGeometry x="355" y="910" width="80" height="30" as="geometry" />
        </mxCell>
        <mxCell id="WPPz5tLrH9mSIzY0fz3E-285" style="edgeStyle=orthogonalEdgeStyle;rounded=0;orthogonalLoop=1;jettySize=auto;html=1;entryX=1;entryY=0.5;entryDx=0;entryDy=0;exitX=0.5;exitY=1;exitDx=0;exitDy=0;" edge="1" parent="1" source="WPPz5tLrH9mSIzY0fz3E-247" target="WPPz5tLrH9mSIzY0fz3E-128">
          <mxGeometry relative="1" as="geometry" />
        </mxCell>
-         <mxCell id="WPPz5tLrH9mSIzY0fz3E-247" value="无需寄件" style="rounded=0;whiteSpace=wrap;html=1;fillColor=none;strokeColor=#000000;fontStyle=1" vertex="1" parent="1">
-           <mxGeometry x="455" y="902.5" width="80" height="30" as="geometry" />
+         <mxCell id="WPPz5tLrH9mSIzY0fz3E-247" value="无需寄件" style="rounded=0;whiteSpace=wrap;html=1;fillColor=none;strokeColor=#000000;fontStyle=0" vertex="1" parent="1">
+           <mxGeometry x="455" y="910" width="80" height="30" as="geometry" />
        </mxCell>
        <mxCell id="WPPz5tLrH9mSIzY0fz3E-250" style="edgeStyle=orthogonalEdgeStyle;rounded=0;orthogonalLoop=1;jettySize=auto;html=1;exitX=0.5;exitY=1;exitDx=0;exitDy=0;entryX=0.5;entryY=0;entryDx=0;entryDy=0;" edge="1" parent="1" source="WPPz5tLrH9mSIzY0fz3E-235" target="WPPz5tLrH9mSIzY0fz3E-245">
          <mxGeometry relative="1" as="geometry">
            <mxPoint x="365" y="837.5" as="sourcePoint" />
            <mxPoint x="550" y="912.5" as="targetPoint" />
          </mxGeometry>
        </mxCell>
        <mxCell id="WPPz5tLrH9mSIzY0fz3E-252" style="edgeStyle=orthogonalEdgeStyle;rounded=0;orthogonalLoop=1;jettySize=auto;html=1;exitX=0.5;exitY=1;exitDx=0;exitDy=0;entryX=0.5;entryY=0;entryDx=0;entryDy=0;" edge="1" parent="1" source="WPPz5tLrH9mSIzY0fz3E-235" target="WPPz5tLrH9mSIzY0fz3E-246">
          <mxGeometry relative="1" as="geometry">
            <mxPoint x="345" y="837.5" as="sourcePoint" />
            <mxPoint x="320" y="912.5" as="targetPoint" />
          </mxGeometry>
        </mxCell>
-         <mxCell id="WPPz5tLrH9mSIzY0fz3E-256" value="去发货" style="text;html=1;strokeColor=none;fillColor=none;align=center;verticalAlign=middle;whiteSpace=wrap;rounded=0;fontStyle=1" vertex="1" parent="1">
+         <mxCell id="WPPz5tLrH9mSIzY0fz3E-256" value="去发货" style="text;html=1;strokeColor=none;fillColor=none;align=center;verticalAlign=middle;whiteSpace=wrap;rounded=0;fontStyle=0" vertex="1" parent="1">
          <mxGeometry x="310" y="850" width="83" height="20" as="geometry" />
        </mxCell>
        <mxCell id="WPPz5tLrH9mSIzY0fz3E-257" value="面单去标识" style="rounded=0;whiteSpace=wrap;html=1;fillColor=#FFFFCC;strokeColor=#FFFFCC;fontStyle=1" vertex="1" parent="1">
          <mxGeometry x="255" y="970" width="80" height="30" as="geometry" />
        </mxCell>
        <mxCell id="WPPz5tLrH9mSIzY0fz3E-262" style="edgeStyle=orthogonalEdgeStyle;rounded=0;orthogonalLoop=1;jettySize=auto;html=1;entryX=0.5;entryY=0;entryDx=0;entryDy=0;" edge="1" parent="1" source="WPPz5tLrH9mSIzY0fz3E-258" target="WPPz5tLrH9mSIzY0fz3E-261">
          <mxGeometry relative="1" as="geometry" />
        </mxCell>
        <mxCell id="WPPz5tLrH9mSIzY0fz3E-258" value="依赖自选快递" style="rounded=0;whiteSpace=wrap;html=1;fillColor=#FFFFCC;strokeColor=#FFFFCC;fontStyle=1" vertex="1" parent="1">
          <mxGeometry x="352.5" y="970" width="85" height="30" as="geometry" />
        </mxCell>
        <mxCell id="WPPz5tLrH9mSIzY0fz3E-261" value="&lt;font color=&quot;#ffffff&quot;&gt;使用虚拟小号&lt;/font&gt;" style="rhombus;whiteSpace=wrap;html=1;rounded=0;strokeColor=#FFCCCC;fillColor=#FF0000;fontStyle=1" vertex="1" parent="1">
          <mxGeometry x="300" y="1050" width="92" height="45" as="geometry" />
        </mxCell>
        <mxCell id="WPPz5tLrH9mSIzY0fz3E-270" value="&lt;font color=&quot;#ff3333&quot;&gt;快递配送&lt;/font&gt;" style="shape=umlActor;verticalLabelPosition=bottom;verticalAlign=top;html=1;outlineConnect=0;fontStyle=1;strokeColor=#FF3333;" vertex="1" parent="1">
          <mxGeometry x="192.5" y="1119" width="25" height="50" as="geometry" />
        </mxCell>
        <mxCell id="WPPz5tLrH9mSIzY0fz3E-276" style="edgeStyle=orthogonalEdgeStyle;rounded=0;orthogonalLoop=1;jettySize=auto;html=1;exitX=0.5;exitY=1;exitDx=0;exitDy=0;entryX=0.5;entryY=0;entryDx=0;entryDy=0;" edge="1" parent="1" source="WPPz5tLrH9mSIzY0fz3E-261" target="WPPz5tLrH9mSIzY0fz3E-139">
          <mxGeometry relative="1" as="geometry">
            <mxPoint x="356" y="1105" as="sourcePoint" />
            <mxPoint x="310" y="1139" as="targetPoint" />
          </mxGeometry>
        </mxCell>
        <mxCell id="WPPz5tLrH9mSIzY0fz3E-278" value="核心依赖【虚拟手机号】实现，除开发成本，每笔均会产生相关费用" style="text;html=1;strokeColor=none;fillColor=none;align=left;verticalAlign=middle;whiteSpace=wrap;rounded=0;fontStyle=0" vertex="1" parent="1">
          <mxGeometry x="10" y="370" width="135" height="30" as="geometry" />
+         </mxCell>
+         <mxCell id="WPPz5tLrH9mSIzY0fz3E-287" value="&lt;font color=&quot;#ff3333&quot;&gt;服务商需全面调研，逐一评估去标识可行性与解决方案&lt;/font&gt;" style="text;html=1;strokeColor=none;fillColor=none;align=center;verticalAlign=middle;whiteSpace=wrap;rounded=0;fontStyle=1" vertex="1" parent="1">
+           <mxGeometry x="580" y="730" width="160" height="20" as="geometry" />
        </mxCell>
      </root>
    </mxGraphModel>
  </diagram>
</mxfile>
